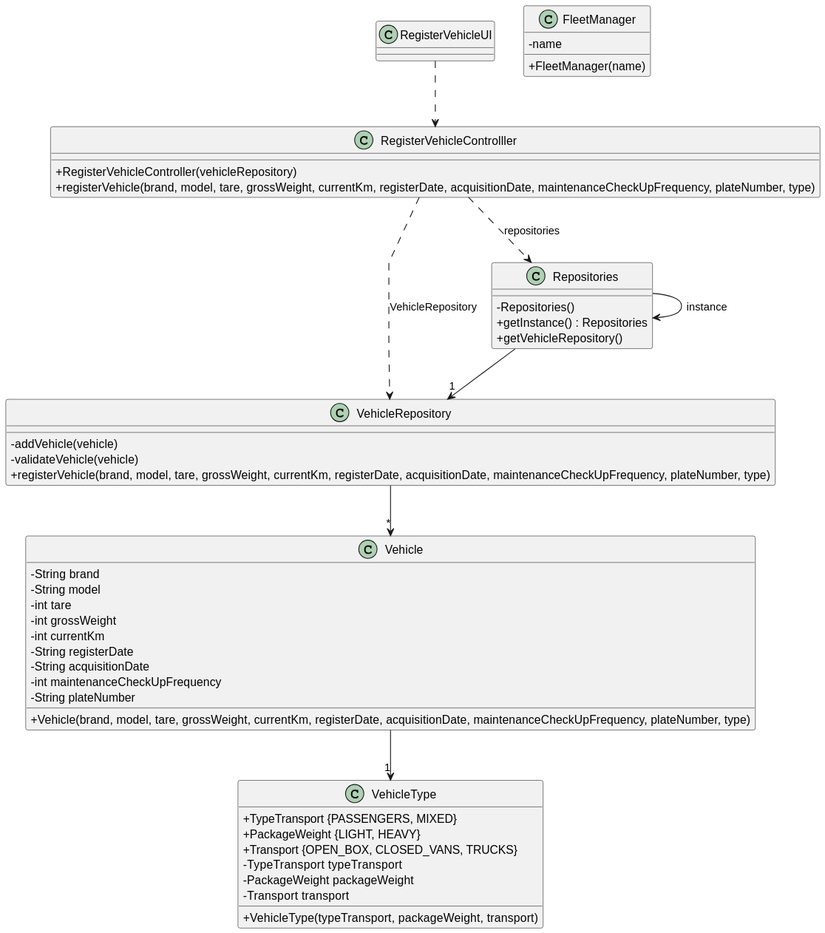
Above: docs/sprintA&B/us006/03.design/svg/us006-class-diagram.svg in daniel41silva05/ISEP_2023_2024_LAPR2 (PlantUML), before the change.
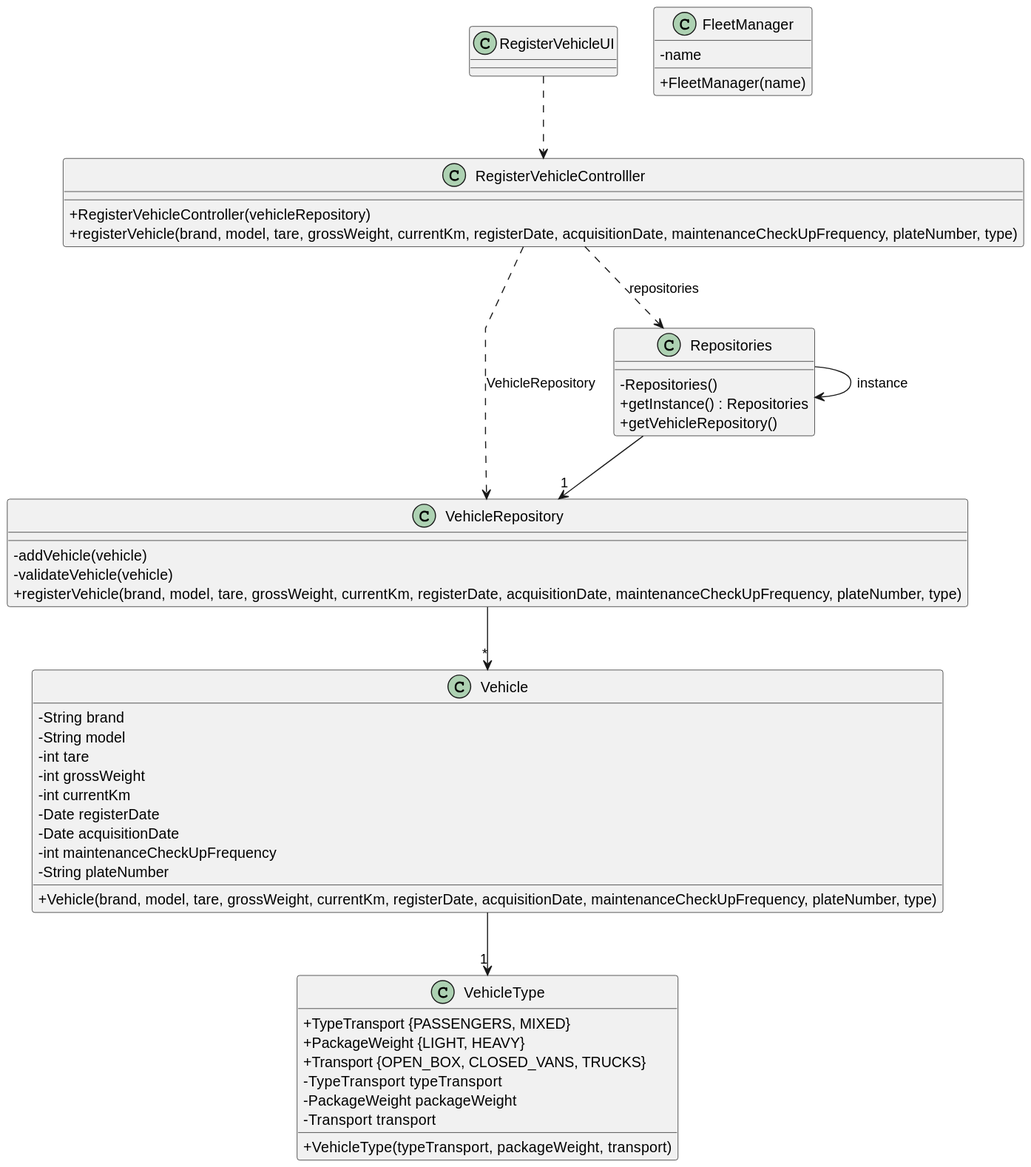
The same file after the commit.

Diff of the diagram source:
```diff
@@ -27,8 +27,8 @@
     -int tare
     -int grossWeight
     -int currentKm
-    -String registerDate
-    -String acquisitionDate
+    -Date registerDate
+    -Date acquisitionDate
     -int maintenanceCheckUpFrequency
     -String plateNumber
     +Vehicle(brand, model, tare, grossWeight, currentKm, registerDate, acquisitionDate, maintenanceCheckUpFrequency, plateNumber, type)
```
